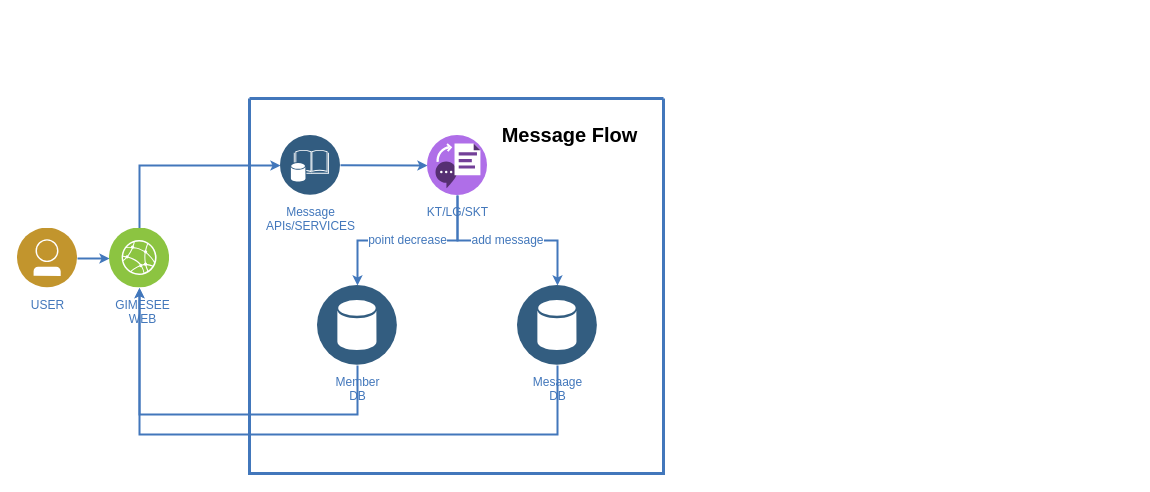
Earlier version of the draw.io diagram 제목 없는 다이어그램.drawio (Suno7526/FileShare). Source tidied: cells renumbered, new cells numbered last; positions are measured from the earlier drawing's top-left corner, leaving out a move shared by most shapes. Both pictures are drawn from the tidied source at 100%, with x=0, y=0 at pixel (17, 98).
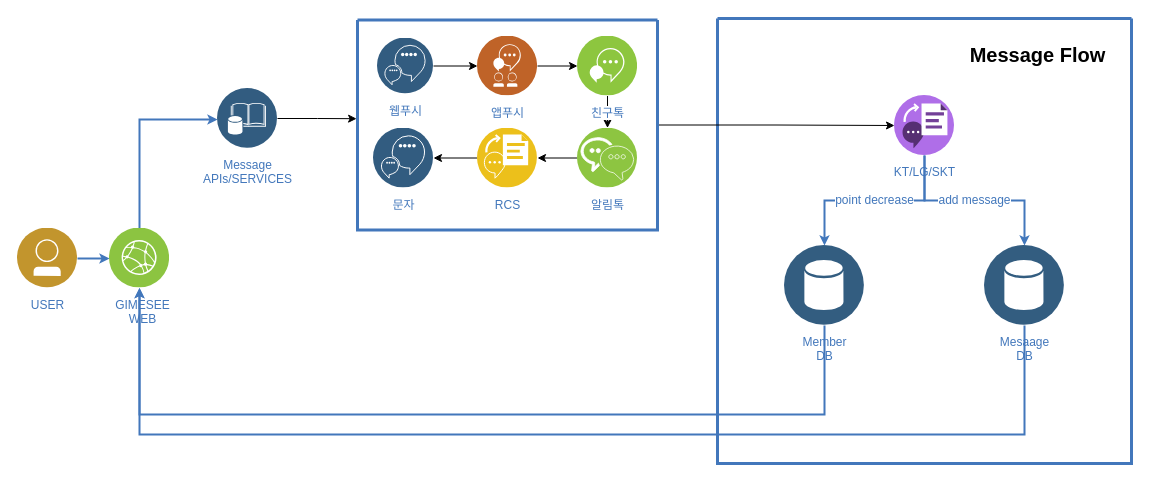
The same page after the edit.

Commit message:
제목 없는 다이어그램.drawio 업데이트

The change refers to these unchanged cells:
```xml
<mxCell id="13" value="GIMESEE&lt;div&gt;WEB&lt;/div&gt;" style="perimeter=ellipsePerimeter;html=1;align=center;shadow=0;image;image=img/lib/ibm/infrastructure/edge_services.svg;labelBackgroundColor=#ffffff;strokeColor=none;strokeWidth=2;fillColor=#808080;gradientColor=none;fontSize=12;fontColor=#4277BB;rounded=0;verticalAlign=top;spacingLeft=5;spacingTop=3;" parent="1" vertex="1">
  <mxGeometry x="92" y="129.5" width="60" height="60" as="geometry" />
</mxCell>
```

Diff of the diagram source:
```diff
@@
-    <mxCell id="2" style="edgeStyle=elbowEdgeStyle;rounded=0;elbow=vertical;html=1;labelBackgroundColor=#ffffff;startArrow=none;startFill=0;startSize=4;endArrow=classic;endFill=1;endSize=4;jettySize=auto;strokeColor=#4277BB;strokeWidth=2;fontSize=12;fontColor=#4277BB;exitX=0.5;exitY=0;exitDx=0;exitDy=0;entryX=0;entryY=0.5;entryDx=0;entryDy=0;" parent="1" edge="1" source="13" target="5">
+    <mxCell id="2" style="edgeStyle=elbowEdgeStyle;rounded=0;elbow=vertical;html=1;labelBackgroundColor=#ffffff;startArrow=none;startFill=0;startSize=4;endArrow=classic;endFill=1;endSize=4;jettySize=auto;strokeColor=#4277BB;strokeWidth=2;fontSize=12;fontColor=#4277BB;exitX=0.5;exitY=0;exitDx=0;exitDy=0;" parent="1" edge="1" source="13" target="5">
       <mxGeometry relative="1" as="geometry">
         <Array as="points">
-          <mxPoint x="192" y="67" />
+          <mxPoint x="152" y="21" />
         </Array>
       </mxGeometry>
     </mxCell>
@@
     <mxCell id="4" style="swimlane;shadow=0;labelBackgroundColor=#007FFF;strokeColor=#4277BB;fillColor=none;gradientColor=none;fontColor=#000000;align=right;startSize=0;strokeWidth=3;" parent="1" vertex="1">
-      <mxGeometry x="232" width="414" height="375" as="geometry" />
+      <mxGeometry x="700" y="-80" width="414" height="445" as="geometry" />
     </mxCell>
-    <mxCell id="5" value="&lt;div&gt;Message&lt;/div&gt;&lt;div&gt;APIs/SERVICES&lt;/div&gt;" style="perimeter=ellipsePerimeter;html=1;align=center;shadow=0;dashed=0;image;image=img/lib/ibm/data/enterprise_data.svg;labelBackgroundColor=#ffffff;strokeColor=#4277BB;strokeWidth=2;fillColor=none;gradientColor=none;fontSize=12;fontColor=#4277BB;spacingTop=3;" parent="4" vertex="1">
-      <mxGeometry x="31" y="37" width="60" height="60" as="geometry" />
-    </mxCell>
-    <mxCell id="6" style="edgeStyle=elbowEdgeStyle;rounded=0;elbow=vertical;html=1;labelBackgroundColor=#ffffff;startArrow=none;startFill=0;startSize=4;endArrow=classic;endFill=1;endSize=4;jettySize=auto;strokeColor=#4277BB;strokeWidth=2;fontSize=12;fontColor=#4277BB;entryX=0;entryY=0.5;entryDx=0;entryDy=0;" parent="4" edge="1" target="7">
-      <mxGeometry relative="1" as="geometry">
-        <mxPoint x="91" y="66.8" as="sourcePoint" />
-      </mxGeometry>
-    </mxCell>
     <mxCell id="7" value="KT/LG/SKT" style="perimeter=ellipsePerimeter;html=1;align=center;shadow=0;dashed=0;image;image=img/lib/ibm/miscellaneous/text_to_speech.svg;labelBackgroundColor=#ffffff;strokeColor=#4277BB;strokeWidth=2;fillColor=none;gradientColor=none;fontSize=12;fontColor=#4277BB;spacingTop=3;" parent="4" vertex="1">
-      <mxGeometry x="178" y="37" width="60" height="60" as="geometry" />
+      <mxGeometry x="177" y="77" width="60" height="60" as="geometry" />
     </mxCell>
     <mxCell id="8" value="&lt;div&gt;Mesaage&lt;/div&gt;&lt;div&gt;DB&lt;/div&gt;" style="perimeter=ellipsePerimeter;html=1;align=center;shadow=0;dashed=0;image;image=img/lib/ibm/data/data_services.svg;labelBackgroundColor=#ffffff;strokeColor=#4277BB;strokeWidth=2;fillColor=none;gradientColor=none;fontSize=12;fontColor=#4277BB;spacingTop=3;" parent="4" vertex="1">
-      <mxGeometry x="268" y="187" width="80" height="80" as="geometry" />
+      <mxGeometry x="267" y="227" width="80" height="80" as="geometry" />
     </mxCell>
     <mxCell id="9" value="&lt;div&gt;Member&lt;/div&gt;&lt;div&gt;DB&lt;/div&gt;" style="perimeter=ellipsePerimeter;html=1;align=center;shadow=0;dashed=0;image;image=img/lib/ibm/data/data_services.svg;labelBackgroundColor=#ffffff;strokeColor=#4277BB;strokeWidth=2;fillColor=none;gradientColor=none;fontSize=12;fontColor=#4277BB;spacingTop=3;" parent="4" vertex="1">
-      <mxGeometry x="68" y="187" width="80" height="80" as="geometry" />
+      <mxGeometry x="67" y="227" width="80" height="80" as="geometry" />
     </mxCell>
@@
     <mxCell id="15" style="edgeStyle=elbowEdgeStyle;rounded=0;elbow=vertical;html=1;labelBackgroundColor=#ffffff;startArrow=none;startFill=0;startSize=4;endArrow=classic;endFill=1;endSize=4;jettySize=auto;strokeColor=#4277BB;strokeWidth=2;fontSize=12;fontColor=#4277BB;entryX=0.5;entryY=1;entryDx=0;entryDy=0;exitX=0.5;exitY=1;exitDx=0;exitDy=0;" parent="1" edge="1" source="8" target="13">
       <mxGeometry relative="1" as="geometry">
         <Array as="points">
-          <mxPoint x="322" y="336" />
+          <mxPoint x="546" y="336" />
         </Array>
       </mxGeometry>
     </mxCell>
     <mxCell id="16" style="edgeStyle=elbowEdgeStyle;rounded=0;elbow=vertical;html=1;labelBackgroundColor=#ffffff;startArrow=none;startFill=0;startSize=4;endArrow=classic;endFill=1;endSize=4;jettySize=auto;strokeColor=#4277BB;strokeWidth=2;fontSize=12;fontColor=#4277BB;entryX=0.5;entryY=1;entryDx=0;entryDy=0;exitX=0.5;exitY=1;exitDx=0;exitDy=0;" parent="1" edge="1" source="9" target="13">
       <mxGeometry relative="1" as="geometry">
         <Array as="points">
-          <mxPoint x="232" y="316" />
+          <mxPoint x="456" y="316" />
         </Array>
       </mxGeometry>
     </mxCell>
+    <mxCell id="17" style="edgeStyle=orthogonalEdgeStyle;rounded=0;jettySize=auto;html=1;" parent="1" edge="1" source="18" target="28">
+      <mxGeometry relative="1" as="geometry" />
+    </mxCell>
+    <mxCell id="18" value="웹푸시" style="perimeter=ellipsePerimeter;html=1;align=center;shadow=0;dashed=0;image;image=img/lib/ibm/data/conversation_trained_deployed.svg;labelBackgroundColor=#ffffff;strokeColor=#4277BB;strokeWidth=2;fillColor=none;gradientColor=none;fontSize=12;fontColor=#4277BB;spacingTop=3;" parent="1" vertex="1">
+      <mxGeometry x="360" y="-60.5" width="56" height="56" as="geometry" />
+    </mxCell>
+    <mxCell id="19" style="edgeStyle=orthogonalEdgeStyle;rounded=0;jettySize=auto;html=1;entryX=-0.003;entryY=0.47;entryDx=0;entryDy=0;entryPerimeter=0;" parent="1" edge="1" source="5" target="30">
+      <mxGeometry relative="1" as="geometry" />
+    </mxCell>
+    <mxCell id="5" value="&lt;div&gt;Message&lt;/div&gt;&lt;div&gt;APIs/SERVICES&lt;/div&gt;" style="perimeter=ellipsePerimeter;html=1;align=center;shadow=0;dashed=0;image;image=img/lib/ibm/data/enterprise_data.svg;labelBackgroundColor=#ffffff;strokeColor=#4277BB;strokeWidth=2;fillColor=none;gradientColor=none;fontSize=12;fontColor=#4277BB;spacingTop=3;" parent="1" vertex="1">
+      <mxGeometry x="200" y="-10" width="60" height="60" as="geometry" />
+    </mxCell>
+    <mxCell id="20" style="edgeStyle=orthogonalEdgeStyle;rounded=0;jettySize=auto;html=1;" parent="1" edge="1" source="21" target="22">
+      <mxGeometry relative="1" as="geometry" />
+    </mxCell>
+    <mxCell id="21" value="RCS" style="image;perimeter=ellipsePerimeter;html=1;align=center;shadow=0;dashed=0;fontColor=#4277BB;labelBackgroundColor=default;fontSize=12;spacingTop=3;image=img/lib/ibm/applications/speech_to_text.svg;" parent="1" vertex="1">
+      <mxGeometry x="460" y="29.5" width="60" height="60" as="geometry" />
+    </mxCell>
+    <mxCell id="22" value="문자" style="image;perimeter=ellipsePerimeter;html=1;align=center;shadow=0;dashed=0;fontColor=#4277BB;labelBackgroundColor=default;fontSize=12;spacingTop=3;image=img/lib/ibm/data/conversation_trained_deployed.svg;" parent="1" vertex="1">
+      <mxGeometry x="356" y="29.5" width="60" height="60" as="geometry" />
+    </mxCell>
+    <mxCell id="23" style="edgeStyle=orthogonalEdgeStyle;rounded=0;jettySize=auto;html=1;" parent="1" edge="1" source="24" target="26">
+      <mxGeometry relative="1" as="geometry" />
+    </mxCell>
+    <mxCell id="24" value="친구톡" style="image;perimeter=ellipsePerimeter;html=1;align=center;shadow=0;dashed=0;fontColor=#4277BB;labelBackgroundColor=default;fontSize=12;spacingTop=3;image=img/lib/ibm/infrastructure/interservice_communication.svg;" parent="1" vertex="1">
+      <mxGeometry x="560" y="-62.5" width="60" height="60" as="geometry" />
+    </mxCell>
+    <mxCell id="25" style="edgeStyle=orthogonalEdgeStyle;rounded=0;jettySize=auto;html=1;" parent="1" edge="1" source="26" target="21">
+      <mxGeometry relative="1" as="geometry" />
+    </mxCell>
+    <mxCell id="26" value="알림톡" style="image;perimeter=ellipsePerimeter;html=1;align=center;shadow=0;dashed=0;fontColor=#4277BB;labelBackgroundColor=default;fontSize=12;spacingTop=3;image=img/lib/ibm/infrastructure/enterprise_messaging.svg;" parent="1" vertex="1">
+      <mxGeometry x="560" y="29.5" width="60" height="60" as="geometry" />
+    </mxCell>
+    <mxCell id="27" style="edgeStyle=orthogonalEdgeStyle;rounded=0;jettySize=auto;html=1;" parent="1" edge="1" source="28" target="24">
+      <mxGeometry relative="1" as="geometry" />
+    </mxCell>
+    <mxCell id="28" value="앱푸시" style="image;perimeter=ellipsePerimeter;html=1;align=center;shadow=0;dashed=0;fontColor=#4277BB;labelBackgroundColor=default;fontSize=12;spacingTop=3;image=img/lib/ibm/social/live_collaboration.svg;" parent="1" vertex="1">
+      <mxGeometry x="460" y="-62.5" width="60" height="60" as="geometry" />
+    </mxCell>
+    <mxCell id="29" style="edgeStyle=orthogonalEdgeStyle;rounded=0;jettySize=auto;html=1;exitX=1;exitY=0.5;exitDx=0;exitDy=0;entryX=0;entryY=0.5;entryDx=0;entryDy=0;" parent="1" edge="1" source="30" target="7">
+      <mxGeometry relative="1" as="geometry" />
+    </mxCell>
+    <mxCell id="30" style="swimlane;shadow=0;labelBackgroundColor=#007FFF;strokeColor=#4277BB;fillColor=none;gradientColor=none;fontColor=#000000;align=right;startSize=0;strokeWidth=3;" parent="1" vertex="1">
+      <mxGeometry x="340" y="-78.5" width="300" height="210" as="geometry" />
+    </mxCell>
```
